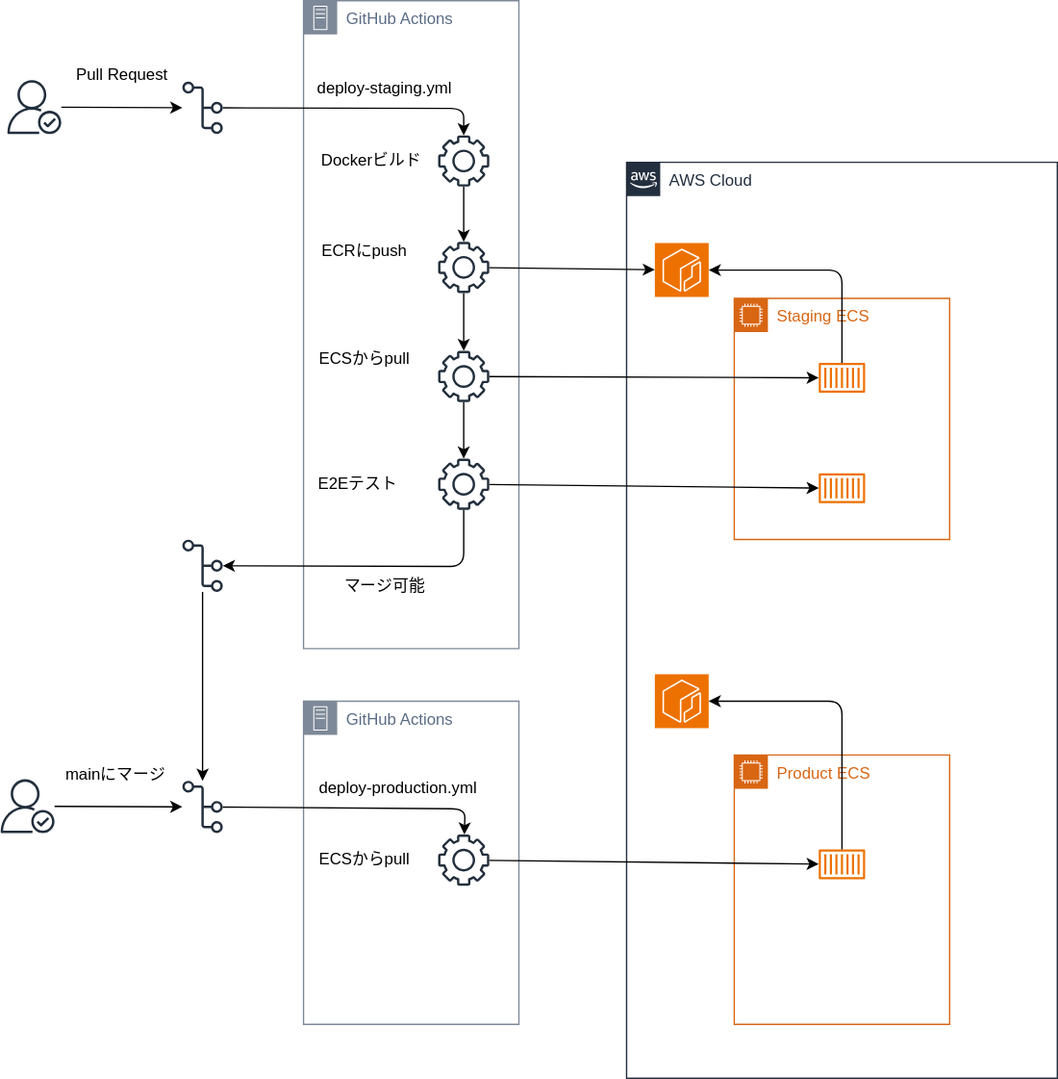
Above: documents/023-l2-ops-deploy-and-config.drawio.svg in yi1306c12/helpdesk-aws (draw.io), before the change. Source tidied: cells renumbered, new cells last; positions are measured from the earlier drawing's top-left corner, leaving out a move shared by most shapes.
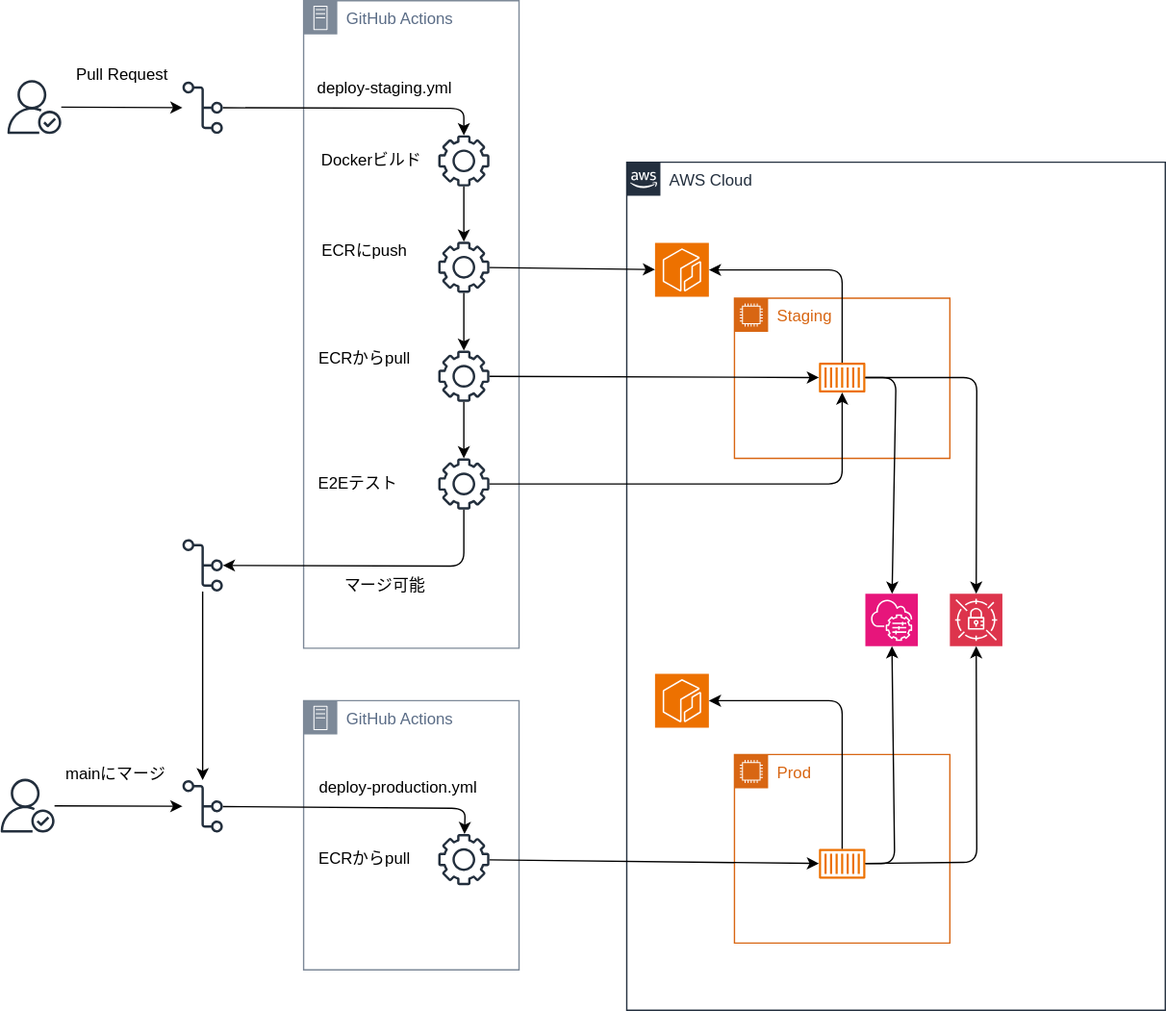
Above is the later version.

Commit message:
add deploy diagram

The edit, as a diff of the source:
```diff
@@ -3,22 +3,19 @@
     <mxCell id="0" />
     <mxCell id="1" parent="0" />
     <mxCell id="2" value="AWS Cloud" style="gradientColor=none;html=1;whiteSpace=wrap;fontSize=12;fontStyle=0;shape=mxgraph.aws4.group;grIcon=mxgraph.aws4.group_aws_cloud_alt;strokeColor=#232F3E;fillColor=none;verticalAlign=top;align=left;spacingLeft=30;fontColor=#232F3E;dashed=0;" parent="1" vertex="1">
-      <mxGeometry x="465" y="120" width="320" height="680" as="geometry" />
+      <mxGeometry x="465" y="120" width="400" height="630" as="geometry" />
     </mxCell>
     <mxCell id="3" style="sketch=0;points=[[0,0,0],[0.25,0,0],[0.5,0,0],[0.75,0,0],[1,0,0],[0,1,0],[0.25,1,0],[0.5,1,0],[0.75,1,0],[1,1,0],[0,0.25,0],[0,0.5,0],[0,0.75,0],[1,0.25,0],[1,0.5,0],[1,0.75,0]];outlineConnect=0;fontColor=#232F3E;fillColor=#ED7100;strokeColor=#ffffff;dashed=0;verticalLabelPosition=bottom;verticalAlign=top;align=center;html=1;fontSize=12;fontStyle=0;shape=mxgraph.aws4.resourceIcon;resIcon=mxgraph.aws4.ecr;" parent="2" vertex="1">
       <mxGeometry x="21" y="60" width="40" height="40" as="geometry" />
     </mxCell>
-    <mxCell id="4" value="Staging ECS" style="gradientColor=none;html=1;whiteSpace=wrap;fontSize=12;fontStyle=0;shape=mxgraph.aws4.group;grIcon=mxgraph.aws4.group_ec2_instance_contents;strokeColor=#D86613;fillColor=none;verticalAlign=top;align=left;spacingLeft=30;fontColor=#D86613;dashed=0;" parent="2" vertex="1">
-      <mxGeometry x="80" y="101" width="160" height="179" as="geometry" />
+    <mxCell id="4" value="Staging" style="gradientColor=none;html=1;whiteSpace=wrap;fontSize=12;fontStyle=0;shape=mxgraph.aws4.group;grIcon=mxgraph.aws4.group_ec2_instance_contents;strokeColor=#D86613;fillColor=none;verticalAlign=top;align=left;spacingLeft=30;fontColor=#D86613;dashed=0;" parent="2" vertex="1">
+      <mxGeometry x="80" y="101" width="160" height="119" as="geometry" />
     </mxCell>
     <mxCell id="5" style="sketch=0;outlineConnect=0;fontColor=#232F3E;gradientColor=none;fillColor=#ED7100;strokeColor=none;dashed=0;verticalLabelPosition=bottom;verticalAlign=top;align=center;html=1;fontSize=12;fontStyle=0;shape=mxgraph.aws4.container_1;" parent="4" vertex="1">
       <mxGeometry x="62.8" y="47.9" width="34.5" height="22.2" as="geometry" />
     </mxCell>
-    <mxCell id="6" style="sketch=0;outlineConnect=0;fontColor=#232F3E;gradientColor=none;fillColor=#ED7100;strokeColor=none;dashed=0;verticalLabelPosition=bottom;verticalAlign=top;align=center;html=1;fontSize=12;fontStyle=0;shape=mxgraph.aws4.container_1;" parent="4" vertex="1">
-      <mxGeometry x="62.8" y="129.9" width="34.5" height="22.2" as="geometry" />
-    </mxCell>
-    <mxCell id="7" value="Product ECS" style="gradientColor=none;html=1;whiteSpace=wrap;fontSize=12;fontStyle=0;shape=mxgraph.aws4.group;grIcon=mxgraph.aws4.group_ec2_instance_contents;strokeColor=#D86613;fillColor=none;verticalAlign=top;align=left;spacingLeft=30;fontColor=#D86613;dashed=0;" parent="2" vertex="1">
-      <mxGeometry x="80" y="440" width="160" height="200" as="geometry" />
+    <mxCell id="7" value="Prod" style="gradientColor=none;html=1;whiteSpace=wrap;fontSize=12;fontStyle=0;shape=mxgraph.aws4.group;grIcon=mxgraph.aws4.group_ec2_instance_contents;strokeColor=#D86613;fillColor=none;verticalAlign=top;align=left;spacingLeft=30;fontColor=#D86613;dashed=0;" parent="2" vertex="1">
+      <mxGeometry x="80" y="440" width="160" height="140" as="geometry" />
     </mxCell>
     <mxCell id="8" style="sketch=0;outlineConnect=0;fontColor=#232F3E;gradientColor=none;fillColor=#ED7100;strokeColor=none;dashed=0;verticalLabelPosition=bottom;verticalAlign=top;align=center;html=1;fontSize=12;fontStyle=0;shape=mxgraph.aws4.container_1;" parent="7" vertex="1">
       <mxGeometry x="62.8" y="70" width="34.5" height="22.2" as="geometry" />
@@ -40,6 +37,40 @@
         </Array>
       </mxGeometry>
     </mxCell>
+    <mxCell id="47" style="sketch=0;points=[[0,0,0],[0.25,0,0],[0.5,0,0],[0.75,0,0],[1,0,0],[0,1,0],[0.25,1,0],[0.5,1,0],[0.75,1,0],[1,1,0],[0,0.25,0],[0,0.5,0],[0,0.75,0],[1,0.25,0],[1,0.5,0],[1,0.75,0]];outlineConnect=0;fontColor=#232F3E;fillColor=#DD344C;strokeColor=#ffffff;dashed=0;verticalLabelPosition=bottom;verticalAlign=top;align=center;html=1;fontSize=12;fontStyle=0;shape=mxgraph.aws4.resourceIcon;resIcon=mxgraph.aws4.secrets_manager;" parent="2" vertex="1">
+      <mxGeometry x="240" y="320.5" width="39" height="39" as="geometry" />
+    </mxCell>
+    <mxCell id="48" style="sketch=0;points=[[0,0,0],[0.25,0,0],[0.5,0,0],[0.75,0,0],[1,0,0],[0,1,0],[0.25,1,0],[0.5,1,0],[0.75,1,0],[1,1,0],[0,0.25,0],[0,0.5,0],[0,0.75,0],[1,0.25,0],[1,0.5,0],[1,0.75,0]];points=[[0,0,0],[0.25,0,0],[0.5,0,0],[0.75,0,0],[1,0,0],[0,1,0],[0.25,1,0],[0.5,1,0],[0.75,1,0],[1,1,0],[0,0.25,0],[0,0.5,0],[0,0.75,0],[1,0.25,0],[1,0.5,0],[1,0.75,0]];outlineConnect=0;fontColor=#232F3E;fillColor=#E7157B;strokeColor=#ffffff;dashed=0;verticalLabelPosition=bottom;verticalAlign=top;align=center;html=1;fontSize=12;fontStyle=0;shape=mxgraph.aws4.resourceIcon;resIcon=mxgraph.aws4.systems_manager;" parent="2" vertex="1">
+      <mxGeometry x="177.2" y="320.5" width="39" height="39" as="geometry" />
+    </mxCell>
+    <mxCell id="49" style="edgeStyle=none;html=1;" parent="2" edge="1" source="5" target="48">
+      <mxGeometry relative="1" as="geometry">
+        <Array as="points">
+          <mxPoint x="200" y="160" />
+        </Array>
+      </mxGeometry>
+    </mxCell>
+    <mxCell id="50" style="edgeStyle=none;html=1;" parent="2" edge="1" source="8" target="47">
+      <mxGeometry relative="1" as="geometry">
+        <Array as="points">
+          <mxPoint x="260" y="520" />
+        </Array>
+      </mxGeometry>
+    </mxCell>
+    <mxCell id="51" style="edgeStyle=none;html=1;" parent="2" edge="1" source="5" target="47">
+      <mxGeometry relative="1" as="geometry">
+        <Array as="points">
+          <mxPoint x="260" y="160" />
+        </Array>
+      </mxGeometry>
+    </mxCell>
+    <mxCell id="52" style="edgeStyle=none;html=1;" parent="2" edge="1" source="8" target="48">
+      <mxGeometry relative="1" as="geometry">
+        <Array as="points">
+          <mxPoint x="199" y="521" />
+        </Array>
+      </mxGeometry>
+    </mxCell>
     <mxCell id="12" value="GitHub Actions" style="gradientColor=none;html=1;whiteSpace=wrap;fontSize=12;fontStyle=0;shape=mxgraph.aws4.group;grIcon=mxgraph.aws4.group_on_premise;strokeColor=#7D8998;fillColor=none;verticalAlign=top;align=left;spacingLeft=30;fontColor=#5A6C86;" parent="1" vertex="1">
       <mxGeometry x="225" width="160" height="481" as="geometry" />
     </mxCell>
@@ -52,7 +83,7 @@
     <mxCell id="15" value="ECRにpush" style="text;html=1;align=center;verticalAlign=middle;strokeColor=none;fillColor=none;" parent="12" vertex="1">
       <mxGeometry y="171" width="90" height="30" as="geometry" />
     </mxCell>
-    <mxCell id="16" value="ECSからpull" style="text;html=1;align=center;verticalAlign=middle;strokeColor=none;fillColor=none;" parent="12" vertex="1">
+    <mxCell id="16" value="ECRからpull" style="text;html=1;align=center;verticalAlign=middle;strokeColor=none;fillColor=none;" parent="12" vertex="1">
       <mxGeometry y="251" width="90" height="30" as="geometry" />
     </mxCell>
     <mxCell id="17" style="sketch=0;outlineConnect=0;fontColor=#232F3E;gradientColor=none;fillColor=#232F3D;strokeColor=none;dashed=0;verticalLabelPosition=bottom;verticalAlign=top;align=center;html=1;fontSize=12;fontStyle=0;shape=mxgraph.aws4.gear;" parent="12" vertex="1">
@@ -83,7 +114,7 @@
       <mxGeometry x="20" y="420" width="80" height="30" as="geometry" />
     </mxCell>
     <mxCell id="26" value="GitHub Actions" style="gradientColor=none;html=1;whiteSpace=wrap;fontSize=12;fontStyle=0;shape=mxgraph.aws4.group;grIcon=mxgraph.aws4.group_on_premise;strokeColor=#7D8998;fillColor=none;verticalAlign=top;align=left;spacingLeft=30;fontColor=#5A6C86;" parent="1" vertex="1">
-      <mxGeometry x="225" y="520" width="160" height="240" as="geometry" />
+      <mxGeometry x="225" y="520" width="160" height="200" as="geometry" />
     </mxCell>
     <mxCell id="27" style="sketch=0;outlineConnect=0;fontColor=#232F3E;gradientColor=none;fillColor=#232F3D;strokeColor=none;dashed=0;verticalLabelPosition=bottom;verticalAlign=top;align=center;html=1;fontSize=12;fontStyle=0;shape=mxgraph.aws4.gear;" parent="26" vertex="1">
       <mxGeometry x="100" y="99" width="38" height="38" as="geometry" />
@@ -91,7 +122,7 @@
     <mxCell id="28" value="deploy-production.yml" style="text;html=1;align=center;verticalAlign=middle;strokeColor=none;fillColor=none;" parent="26" vertex="1">
       <mxGeometry y="50" width="140" height="30" as="geometry" />
     </mxCell>
-    <mxCell id="29" value="ECSからpull" style="text;html=1;align=center;verticalAlign=middle;strokeColor=none;fillColor=none;" parent="26" vertex="1">
+    <mxCell id="29" value="ECRからpull" style="text;html=1;align=center;verticalAlign=middle;strokeColor=none;fillColor=none;" parent="26" vertex="1">
       <mxGeometry y="103" width="90" height="30" as="geometry" />
     </mxCell>
     <mxCell id="30" style="edgeStyle=none;html=1;" parent="1" edge="1" source="17" target="5">
@@ -100,8 +131,12 @@
     <mxCell id="31" style="edgeStyle=none;html=1;" parent="1" edge="1" source="21" target="3">
       <mxGeometry relative="1" as="geometry" />
     </mxCell>
-    <mxCell id="32" style="edgeStyle=none;html=1;startArrow=none;startFill=0;" parent="1" edge="1" source="18" target="6">
-      <mxGeometry relative="1" as="geometry" />
+    <mxCell id="32" style="edgeStyle=none;html=1;startArrow=none;startFill=0;" parent="1" edge="1" source="18" target="5">
+      <mxGeometry relative="1" as="geometry">
+        <Array as="points">
+          <mxPoint x="625" y="359" />
+        </Array>
+      </mxGeometry>
     </mxCell>
     <mxCell id="33" style="edgeStyle=none;html=1;" parent="1" edge="1" source="34" target="45">
       <mxGeometry relative="1" as="geometry" />
```
